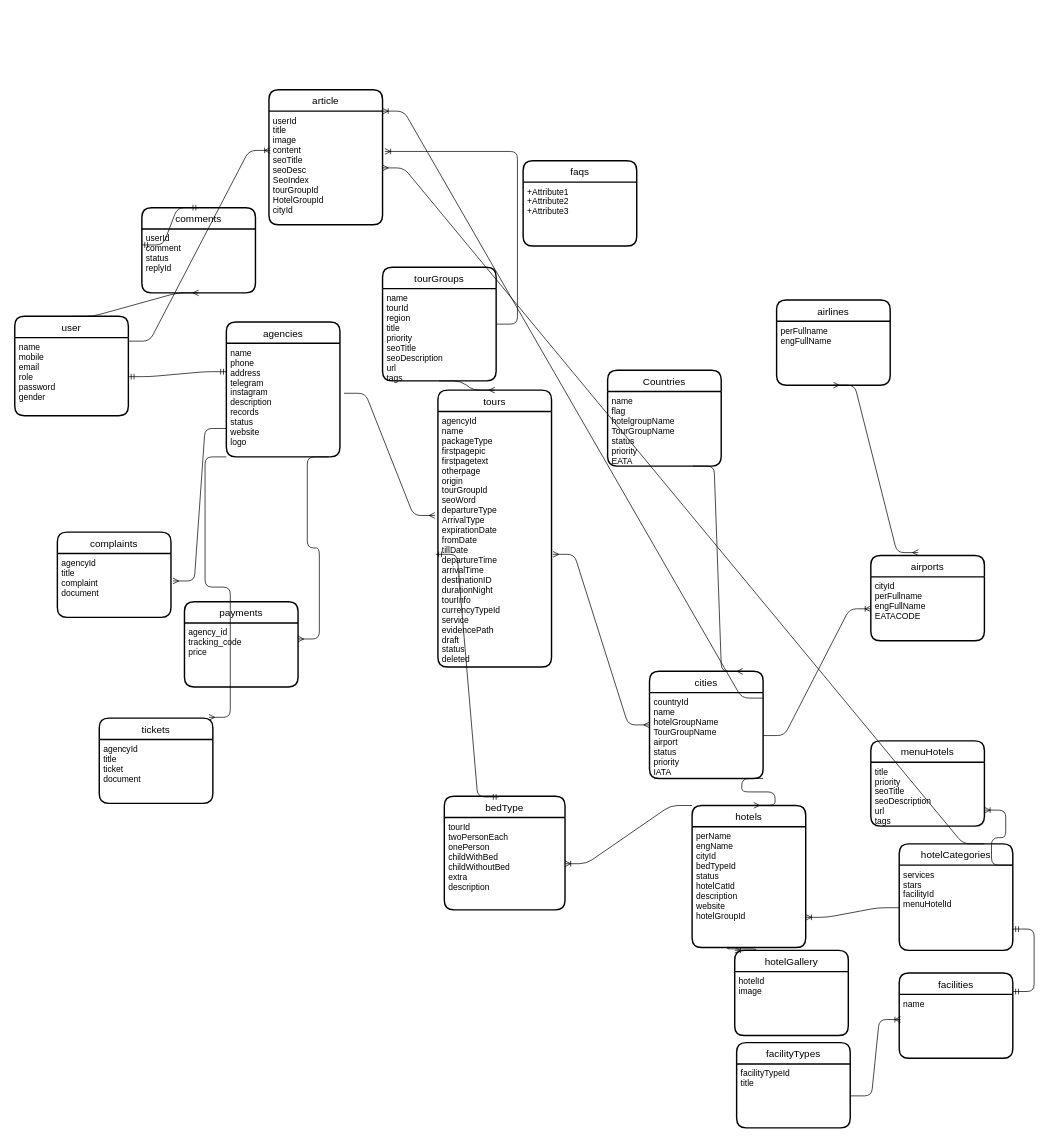
Before: Untitled Diagram.drawio in hamedhsm73/gitProject, a draw.io diagram. Source tidied: cells renumbered, new cells numbered last; positions are measured from the earlier drawing's top-left corner, leaving out a move shared by most shapes. Both pictures are drawn from the tidied source at 71%, with x=0, y=0 at pixel (14, 89).
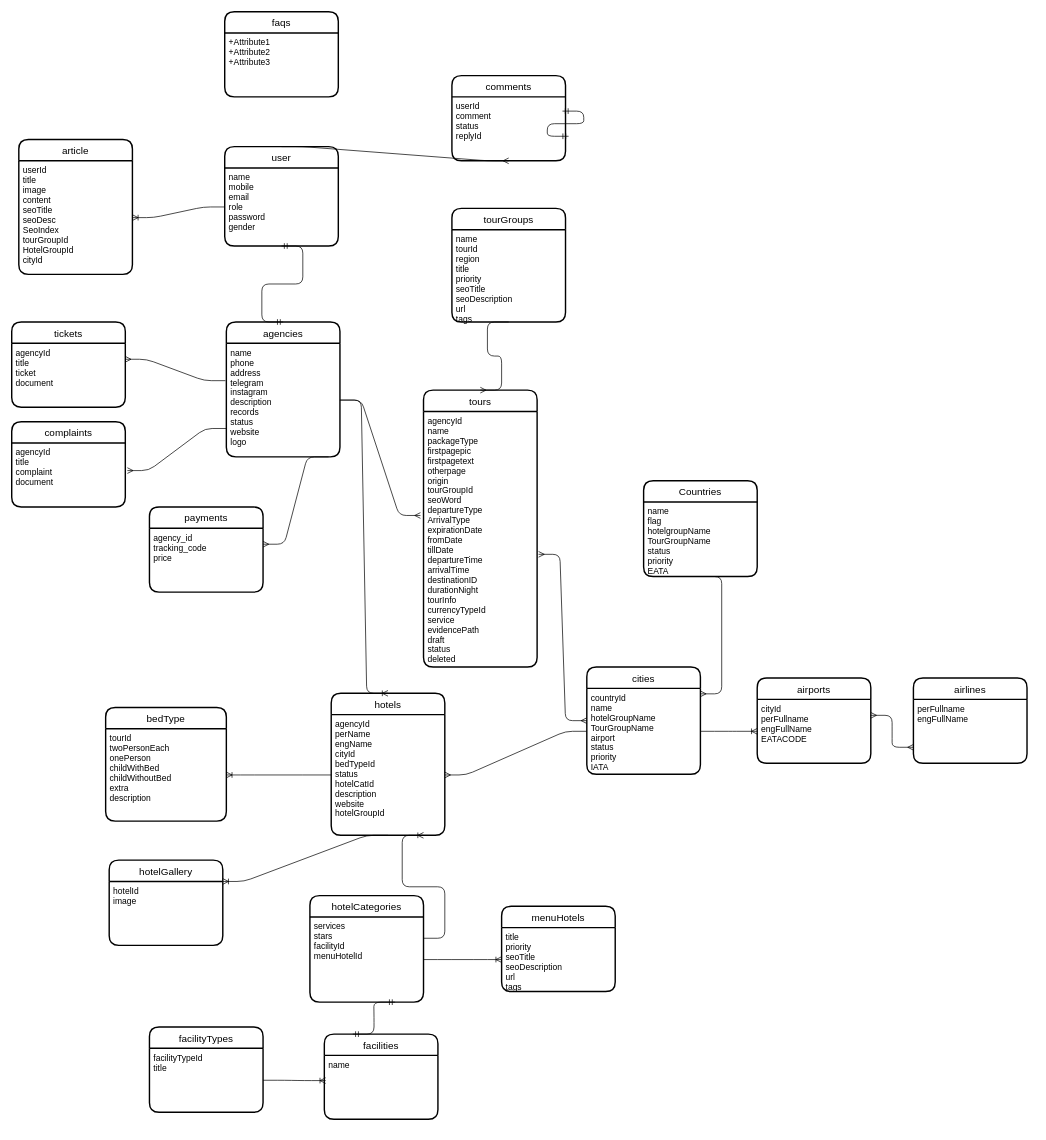
The same diagram, later.

Unchanged cells that the change refers to:
```xml
<mxCell id="3" value="name&#10;mobile&#10;email&#10;role&#10;password&#10;gender&#10;" style="align=left;strokeColor=none;fillColor=none;spacingLeft=4;fontSize=12;verticalAlign=top;" parent="2" vertex="1">
  <mxGeometry y="30" width="160" height="110" as="geometry" />
</mxCell>
<mxCell id="7" value="agencyId&#10;title&#10;ticket&#10;document" style="align=left;strokeColor=none;fillColor=none;spacingLeft=4;fontSize=12;verticalAlign=top;" parent="6" vertex="1">
  <mxGeometry y="30" width="160" height="90" as="geometry" />
</mxCell>
<mxCell id="8" value="agencies" style="swimlane;horizontal=1;startSize=30;rounded=1;fontSize=14;fontStyle=0;strokeWidth=2;shadow=0;dashed=0;align=center;" parent="1" vertex="1">
  <mxGeometry x="298.3" y="327" width="160" height="190" as="geometry" />
</mxCell>
<mxCell id="9" value="name&#10;phone&#10;address&#10;telegram&#10;instagram&#10;description&#10;records&#10;status&#10;website&#10;logo" style="align=left;strokeColor=none;fillColor=none;spacingLeft=4;fontSize=12;verticalAlign=top;" parent="8" vertex="1">
  <mxGeometry y="30" width="160" height="160" as="geometry" />
</mxCell>
<mxCell id="15" value="agencyId&#10;name&#10;packageType&#10;firstpagepic&#10;firstpagetext&#10;otherpage&#10;origin&#10;tourGroupId&#10;seoWord&#10;departureType&#10;ArrivalType&#10;expirationDate&#10;fromDate&#10;tillDate&#10;departureTime&#10;arrivalTime&#10;destinationID&#10;durationNight&#10;tourInfo&#10;currencyTypeId&#10;service&#10;evidencePath&#10;draft&#10;status&#10;deleted&#10;" style="align=left;strokeColor=none;fillColor=none;spacingLeft=4;fontSize=12;verticalAlign=top;" parent="14" vertex="1">
  <mxGeometry y="30" width="160" height="360" as="geometry" />
</mxCell>
<mxCell id="17" value="name&#10;flag&#10;hotelgroupName&#10;TourGroupName&#10;status&#10;priority&#10;EATA" style="align=left;strokeColor=none;fillColor=none;spacingLeft=4;fontSize=12;verticalAlign=top;" parent="16" vertex="1">
  <mxGeometry y="30" width="160" height="105" as="geometry" />
</mxCell>
<mxCell id="19" value="countryId&#10;name&#10;hotelGroupName&#10;TourGroupName&#10;airport&#10;status&#10;priority&#10;IATA" style="align=left;strokeColor=none;fillColor=none;spacingLeft=4;fontSize=12;verticalAlign=top;" parent="18" vertex="1">
  <mxGeometry y="30" width="160" height="121" as="geometry" />
</mxCell>
<mxCell id="26" value="tourId&#10;twoPersonEach&#10;onePerson&#10;childWithBed&#10;childWithoutBed&#10;extra&#10;description&#10;" style="align=left;strokeColor=none;fillColor=none;spacingLeft=4;fontSize=12;verticalAlign=top;" parent="25" vertex="1">
  <mxGeometry y="30" width="170" height="130" as="geometry" />
</mxCell>
<mxCell id="34" value="services&#10;stars&#10;facilityId&#10;menuHotelId" style="align=left;strokeColor=none;fillColor=none;spacingLeft=4;fontSize=12;verticalAlign=top;" parent="33" vertex="1">
  <mxGeometry y="30" width="160" height="120" as="geometry" />
</mxCell>
<mxCell id="39" value="perFullname&#10;engFullName&#10;" style="align=left;strokeColor=none;fillColor=none;spacingLeft=4;fontSize=12;verticalAlign=top;" parent="38" vertex="1">
  <mxGeometry y="30" width="160" height="90" as="geometry" />
</mxCell>
<mxCell id="41" value="cityId&#10;perFullname&#10;engFullName&#10;EATACODE" style="align=left;strokeColor=none;fillColor=none;spacingLeft=4;fontSize=12;verticalAlign=top;" parent="40" vertex="1">
  <mxGeometry y="30" width="160" height="90" as="geometry" />
</mxCell>
<mxCell id="50" value="userId&#10;comment&#10;status&#10;replyId&#10;" style="align=left;strokeColor=none;fillColor=none;spacingLeft=4;fontSize=12;verticalAlign=top;" parent="48" vertex="1">
  <mxGeometry y="30" width="160" height="90" as="geometry" />
</mxCell>
<mxCell id="54" value="userId&#10;title&#10;image&#10;content&#10;seoTitle&#10;seoDesc&#10;SeoIndex&#10;tourGroupId&#10;HotelGroupId&#10;cityId" style="align=left;strokeColor=none;fillColor=none;spacingLeft=4;fontSize=12;verticalAlign=top;" parent="53" vertex="1">
  <mxGeometry y="30" width="160" height="160" as="geometry" />
</mxCell>
<mxCell id="57" value="hotelId&#10;image" style="align=left;strokeColor=none;fillColor=none;spacingLeft=4;fontSize=12;verticalAlign=top;" parent="56" vertex="1">
  <mxGeometry y="30" width="160" height="90" as="geometry" />
</mxCell>
<mxCell id="60" value="title&#10;priority&#10;seoTitle&#10;seoDescription&#10;url&#10;tags&#10;" style="align=left;strokeColor=none;fillColor=none;spacingLeft=4;fontSize=12;verticalAlign=top;" parent="59" vertex="1">
  <mxGeometry y="30" width="160" height="90" as="geometry" />
</mxCell>
```

Diff of the diagram source:
```diff
@@
     <mxCell id="2" value="user" style="swimlane;horizontal=1;startSize=30;rounded=1;fontSize=14;fontStyle=0;strokeWidth=2;shadow=0;dashed=0;align=center;" parent="1" vertex="1">
-      <mxGeometry x="0.3" y="319" width="160" height="140" as="geometry" />
+      <mxGeometry x="296" y="80" width="160" height="140" as="geometry" />
     </mxCell>
@@
     <mxCell id="4" value="complaints" style="swimlane;horizontal=1;startSize=30;rounded=1;fontSize=14;fontStyle=0;strokeWidth=2;shadow=0;dashed=0;align=center;" parent="1" vertex="1">
-      <mxGeometry x="60.3" y="623" width="160" height="120" as="geometry" />
+      <mxGeometry x="-4" y="467.5" width="160" height="120" as="geometry" />
     </mxCell>
@@
     <mxCell id="6" value="tickets" style="swimlane;horizontal=1;startSize=30;rounded=1;fontSize=14;fontStyle=0;strokeWidth=2;shadow=0;dashed=0;align=center;" parent="1" vertex="1">
-      <mxGeometry x="119.3" y="885" width="160" height="120" as="geometry" />
+      <mxGeometry x="-4" y="327" width="160" height="120" as="geometry" />
     </mxCell>
@@
     <mxCell id="10" value="payments" style="swimlane;horizontal=1;startSize=30;rounded=1;fontSize=14;fontStyle=0;strokeWidth=2;shadow=0;dashed=0;align=center;" parent="1" vertex="1">
-      <mxGeometry x="239.3" y="721" width="160" height="120" as="geometry" />
+      <mxGeometry x="190" y="587.5" width="160" height="120" as="geometry" />
     </mxCell>
@@
-    <mxCell id="13" style="edgeStyle=entityRelationEdgeStyle;fontSize=12;html=1;endArrow=ERmany;exitX=0;exitY=1;exitDx=0;exitDy=0;entryX=0.966;entryY=-0.01;entryDx=0;entryDy=0;entryPerimeter=0;" parent="1" edge="1" source="9" target="6">
+    <mxCell id="13" style="edgeStyle=entityRelationEdgeStyle;fontSize=12;html=1;endArrow=ERmany;exitX=-0.008;exitY=0.329;exitDx=0;exitDy=0;entryX=1;entryY=0.25;entryDx=0;entryDy=0;exitPerimeter=0;" parent="1" edge="1" source="9" target="7">
       <mxGeometry relative="1" as="geometry" />
     </mxCell>
     <mxCell id="14" value="tours" style="swimlane;horizontal=1;startSize=30;rounded=1;fontSize=14;fontStyle=0;strokeWidth=2;shadow=0;dashed=0;align=center;" parent="1" vertex="1">
-      <mxGeometry x="596.3" y="423" width="160" height="390" as="geometry" />
+      <mxGeometry x="576" y="423" width="160" height="390" as="geometry" />
     </mxCell>
@@
     <mxCell id="16" value="Countries" style="swimlane;horizontal=1;startSize=30;rounded=1;fontSize=14;fontStyle=0;strokeWidth=2;shadow=0;dashed=0;align=center;" parent="1" vertex="1">
-      <mxGeometry x="835.3" y="395" width="160" height="135" as="geometry" />
+      <mxGeometry x="886" y="550.5" width="160" height="135" as="geometry" />
     </mxCell>
@@
     <mxCell id="18" value="cities" style="swimlane;horizontal=1;startSize=30;rounded=1;fontSize=14;fontStyle=0;strokeWidth=2;shadow=0;dashed=0;align=center;" parent="1" vertex="1">
-      <mxGeometry x="894.3" y="819" width="160" height="151" as="geometry" />
+      <mxGeometry x="806" y="813" width="160" height="151" as="geometry" />
     </mxCell>
@@
-    <mxCell id="20" style="edgeStyle=entityRelationEdgeStyle;fontSize=12;html=1;endArrow=ERmany;exitX=0.75;exitY=1;exitDx=0;exitDy=0;entryX=0.821;entryY=0.001;entryDx=0;entryDy=0;entryPerimeter=0;" parent="1" edge="1" source="17" target="18">
+    <mxCell id="20" style="edgeStyle=entityRelationEdgeStyle;fontSize=12;html=1;endArrow=ERmany;exitX=0.5;exitY=1;exitDx=0;exitDy=0;entryX=1;entryY=0.25;entryDx=0;entryDy=0;" parent="1" edge="1" source="17" target="18">
       <mxGeometry relative="1" as="geometry" />
     </mxCell>
-    <mxCell id="21" style="edgeStyle=entityRelationEdgeStyle;fontSize=12;html=1;endArrow=ERmany;exitX=1.036;exitY=0.44;exitDx=0;exitDy=0;exitPerimeter=0;entryX=-0.027;entryY=0.407;entryDx=0;entryDy=0;entryPerimeter=0;" parent="1" edge="1" source="9" target="15">
+    <mxCell id="21" style="edgeStyle=entityRelationEdgeStyle;fontSize=12;html=1;endArrow=ERmany;entryX=-0.027;entryY=0.407;entryDx=0;entryDy=0;entryPerimeter=0;" parent="1" edge="1" source="9" target="15">
       <mxGeometry relative="1" as="geometry" />
     </mxCell>
     <mxCell id="22" value="tourGroups" style="swimlane;horizontal=1;startSize=30;rounded=1;fontSize=14;fontStyle=0;strokeWidth=2;shadow=0;dashed=0;align=center;" parent="1" vertex="1">
-      <mxGeometry x="518.3" y="250" width="160" height="160" as="geometry" />
+      <mxGeometry x="616" y="167" width="160" height="160" as="geometry" />
     </mxCell>
@@
     <mxCell id="25" value="bedType" style="swimlane;horizontal=1;startSize=30;rounded=1;fontSize=14;fontStyle=0;strokeWidth=2;shadow=0;dashed=0;align=center;" parent="1" vertex="1">
-      <mxGeometry x="605.3" y="995" width="170" height="160" as="geometry" />
+      <mxGeometry x="128.3" y="870" width="170" height="160" as="geometry" />
     </mxCell>
@@
-    <mxCell id="27" style="edgeStyle=entityRelationEdgeStyle;fontSize=12;html=1;endArrow=ERmandOne;startArrow=ERmandOne;exitX=0.453;exitY=0.006;exitDx=0;exitDy=0;exitPerimeter=0;entryX=-0.019;entryY=0.559;entryDx=0;entryDy=0;entryPerimeter=0;" parent="1" edge="1" source="25" target="15">
-      <mxGeometry relative="1" as="geometry" />
-    </mxCell>
@@
     <mxCell id="29" value="hotels" style="swimlane;horizontal=1;startSize=30;rounded=1;fontSize=14;fontStyle=0;strokeWidth=2;shadow=0;dashed=0;align=center;" parent="1" vertex="1">
-      <mxGeometry x="954.3" y="1008" width="160" height="200" as="geometry" />
+      <mxGeometry x="446" y="850" width="160" height="200" as="geometry" />
     </mxCell>
-    <mxCell id="30" value="perName&#10;engName&#10;cityId&#10;bedTypeId&#10;status&#10;hotelCatId&#10;description&#10;website&#10;hotelGroupId" style="align=left;strokeColor=none;fillColor=none;spacingLeft=4;fontSize=12;verticalAlign=top;" parent="29" vertex="1">
+    <mxCell id="30" value="agencyId&#10;perName&#10;engName&#10;cityId&#10;bedTypeId&#10;status&#10;hotelCatId&#10;description&#10;website&#10;hotelGroupId" style="align=left;strokeColor=none;fillColor=none;spacingLeft=4;fontSize=12;verticalAlign=top;" parent="29" vertex="1">
       <mxGeometry y="30" width="160" height="170" as="geometry" />
     </mxCell>
-    <mxCell id="31" style="edgeStyle=entityRelationEdgeStyle;fontSize=12;html=1;endArrow=ERmany;entryX=0.543;entryY=-0.001;entryDx=0;entryDy=0;entryPerimeter=0;exitX=1;exitY=1;exitDx=0;exitDy=0;" parent="1" edge="1" source="19" target="29">
+    <mxCell id="31" style="edgeStyle=entityRelationEdgeStyle;fontSize=12;html=1;endArrow=ERmany;" parent="1" edge="1" source="19" target="30">
       <mxGeometry relative="1" as="geometry" />
     </mxCell>
-    <mxCell id="32" style="edgeStyle=entityRelationEdgeStyle;fontSize=12;html=1;endArrow=ERoneToMany;entryX=1;entryY=0.5;entryDx=0;entryDy=0;exitX=0;exitY=0;exitDx=0;exitDy=0;" parent="1" edge="1" source="29" target="26">
+    <mxCell id="32" style="edgeStyle=entityRelationEdgeStyle;fontSize=12;html=1;endArrow=ERoneToMany;entryX=1;entryY=0.5;entryDx=0;entryDy=0;" parent="1" edge="1" source="30" target="26">
       <mxGeometry relative="1" as="geometry" />
     </mxCell>
     <mxCell id="33" value="hotelCategories" style="swimlane;horizontal=1;startSize=30;rounded=1;fontSize=14;fontStyle=0;strokeWidth=2;shadow=0;dashed=0;align=center;" parent="1" vertex="1">
-      <mxGeometry x="1246" y="1062" width="160" height="150" as="geometry" />
+      <mxGeometry x="416" y="1135" width="160" height="150" as="geometry" />
     </mxCell>
@@
-    <mxCell id="35" style="edgeStyle=entityRelationEdgeStyle;fontSize=12;html=1;endArrow=ERoneToMany;entryX=1;entryY=0.75;entryDx=0;entryDy=0;exitX=0;exitY=0.5;exitDx=0;exitDy=0;" parent="1" edge="1" source="34" target="30">
-      <mxGeometry relative="1" as="geometry" />
+    <mxCell id="35" style="edgeStyle=entityRelationEdgeStyle;fontSize=12;html=1;endArrow=ERoneToMany;exitX=1;exitY=0.25;exitDx=0;exitDy=0;" parent="1" edge="1" source="34">
+      <mxGeometry relative="1" as="geometry">
+        <mxPoint x="576" y="1050" as="targetPoint" />
+      </mxGeometry>
     </mxCell>
     <mxCell id="36" value="faqs" style="swimlane;horizontal=1;startSize=30;rounded=1;fontSize=14;fontStyle=0;strokeWidth=2;shadow=0;dashed=0;align=center;" parent="1" vertex="1">
-      <mxGeometry x="716.3" y="100" width="160" height="120" as="geometry" />
+      <mxGeometry x="296" y="-110" width="160" height="120" as="geometry" />
     </mxCell>
@@
     <mxCell id="38" value="airlines" style="swimlane;horizontal=1;startSize=30;rounded=1;fontSize=14;fontStyle=0;strokeWidth=2;shadow=0;dashed=0;align=center;" parent="1" vertex="1">
-      <mxGeometry x="1073.3" y="296" width="160" height="120" as="geometry" />
+      <mxGeometry x="1266" y="828.5" width="160" height="120" as="geometry" />
     </mxCell>
@@
     <mxCell id="40" value="airports" style="swimlane;horizontal=1;startSize=30;rounded=1;fontSize=14;fontStyle=0;strokeWidth=2;shadow=0;dashed=0;align=center;" parent="1" vertex="1">
-      <mxGeometry x="1206" y="656" width="160" height="120" as="geometry" />
+      <mxGeometry x="1046" y="828.5" width="160" height="120" as="geometry" />
     </mxCell>
@@
-    <mxCell id="43" style="edgeStyle=entityRelationEdgeStyle;fontSize=12;html=1;endArrow=ERmany;startArrow=ERmany;entryX=0.5;entryY=1;entryDx=0;entryDy=0;exitX=0.418;exitY=-0.035;exitDx=0;exitDy=0;exitPerimeter=0;" parent="1" edge="1" source="40" target="39">
+    <mxCell id="43" style="edgeStyle=entityRelationEdgeStyle;fontSize=12;html=1;endArrow=ERmany;startArrow=ERmany;entryX=0;entryY=0.75;entryDx=0;entryDy=0;exitX=1;exitY=0.25;exitDx=0;exitDy=0;" parent="1" edge="1" source="41" target="39">
       <mxGeometry relative="1" as="geometry" />
     </mxCell>
     <mxCell id="44" value="facilityTypes" style="swimlane;horizontal=1;startSize=30;rounded=1;fontSize=14;fontStyle=0;strokeWidth=2;shadow=0;dashed=0;align=center;" parent="1" vertex="1">
-      <mxGeometry x="1017" y="1342" width="160" height="120" as="geometry" />
+      <mxGeometry x="190" y="1320" width="160" height="120" as="geometry" />
     </mxCell>
@@
     <mxCell id="46" value="facilities" style="swimlane;horizontal=1;startSize=30;rounded=1;fontSize=14;fontStyle=0;strokeWidth=2;shadow=0;dashed=0;align=center;" parent="1" vertex="1">
-      <mxGeometry x="1246" y="1244" width="160" height="120" as="geometry" />
+      <mxGeometry x="436.3" y="1330" width="160" height="120" as="geometry" />
     </mxCell>
@@
     <mxCell id="48" value="comments" style="swimlane;horizontal=1;startSize=30;rounded=1;fontSize=14;fontStyle=0;strokeWidth=2;shadow=0;dashed=0;align=center;" parent="1" vertex="1">
-      <mxGeometry x="179.3" y="166" width="160" height="120" as="geometry" />
+      <mxGeometry x="616" y="-20" width="160" height="120" as="geometry" />
     </mxCell>
-    <mxCell id="49" style="edgeStyle=entityRelationEdgeStyle;fontSize=12;html=1;endArrow=ERmandOne;startArrow=ERmandOne;exitX=0;exitY=0.25;exitDx=0;exitDy=0;entryX=0.5;entryY=0;entryDx=0;entryDy=0;" parent="48" edge="1" source="50" target="48">
-      <mxGeometry relative="1" as="geometry" />
+    <mxCell id="49" style="edgeStyle=entityRelationEdgeStyle;fontSize=12;html=1;endArrow=ERmandOne;startArrow=ERmandOne;entryX=1.027;entryY=0.616;entryDx=0;entryDy=0;entryPerimeter=0;" parent="48" edge="1" target="50">
+      <mxGeometry relative="1" as="geometry">
+        <mxPoint x="155.7" y="50" as="sourcePoint" />
+      </mxGeometry>
     </mxCell>
@@
     <mxCell id="53" value="article" style="swimlane;horizontal=1;startSize=30;rounded=1;fontSize=14;fontStyle=0;strokeWidth=2;shadow=0;dashed=0;align=center;" parent="1" vertex="1">
-      <mxGeometry x="358.3" width="160" height="190" as="geometry" />
+      <mxGeometry x="6" y="70" width="160" height="190" as="geometry" />
     </mxCell>
@@
     <mxCell id="56" value="hotelGallery" style="swimlane;horizontal=1;startSize=30;rounded=1;fontSize=14;fontStyle=0;strokeWidth=2;shadow=0;dashed=0;align=center;" parent="1" vertex="1">
-      <mxGeometry x="1014.3" y="1212" width="160" height="120" as="geometry" />
+      <mxGeometry x="133.3" y="1085" width="160" height="120" as="geometry" />
     </mxCell>
@@
-    <mxCell id="58" style="edgeStyle=entityRelationEdgeStyle;fontSize=12;html=1;endArrow=ERoneToMany;exitX=0.5;exitY=1;exitDx=0;exitDy=0;entryX=0;entryY=0;entryDx=0;entryDy=0;" parent="1" edge="1" source="30" target="56">
+    <mxCell id="58" style="edgeStyle=entityRelationEdgeStyle;fontSize=12;html=1;endArrow=ERoneToMany;exitX=0.5;exitY=1;exitDx=0;exitDy=0;entryX=1;entryY=0;entryDx=0;entryDy=0;" parent="1" edge="1" source="30" target="57">
       <mxGeometry relative="1" as="geometry" />
     </mxCell>
     <mxCell id="59" value="menuHotels" style="swimlane;horizontal=1;startSize=30;rounded=1;fontSize=14;fontStyle=0;strokeWidth=2;shadow=0;dashed=0;align=center;" parent="1" vertex="1">
-      <mxGeometry x="1206" y="917" width="160" height="120" as="geometry" />
+      <mxGeometry x="686" y="1150" width="160" height="120" as="geometry" />
     </mxCell>
@@
-    <mxCell id="61" style="edgeStyle=entityRelationEdgeStyle;fontSize=12;html=1;endArrow=ERoneToMany;entryX=1.021;entryY=0.355;entryDx=0;entryDy=0;entryPerimeter=0;" parent="1" edge="1" source="22" target="54">
-      <mxGeometry relative="1" as="geometry" />
-    </mxCell>
-    <mxCell id="62" style="edgeStyle=entityRelationEdgeStyle;fontSize=12;html=1;endArrow=ERoneToMany;entryX=1;entryY=0;entryDx=0;entryDy=0;exitX=1;exitY=0.25;exitDx=0;exitDy=0;" parent="1" edge="1" source="18" target="54">
-      <mxGeometry relative="1" as="geometry" />
-    </mxCell>
-    <mxCell id="63" style="edgeStyle=entityRelationEdgeStyle;fontSize=12;html=1;endArrow=ERoneToMany;exitX=1;exitY=0.25;exitDx=0;exitDy=0;entryX=0.012;entryY=0.346;entryDx=0;entryDy=0;entryPerimeter=0;" parent="1" edge="1" source="2" target="54">
+    <mxCell id="63" style="edgeStyle=entityRelationEdgeStyle;fontSize=12;html=1;endArrow=ERoneToMany;entryX=1;entryY=0.5;entryDx=0;entryDy=0;" parent="1" edge="1" source="3" target="54">
       <mxGeometry relative="1" as="geometry" />
     </mxCell>
-    <mxCell id="64" style="edgeStyle=entityRelationEdgeStyle;fontSize=12;html=1;endArrow=ERmandOne;startArrow=ERmandOne;entryX=1;entryY=0.75;entryDx=0;entryDy=0;" parent="1" edge="1" target="34">
-      <mxGeometry relative="1" as="geometry">
-        <mxPoint x="1406" y="1270" as="sourcePoint" />
-      </mxGeometry>
+    <mxCell id="64" style="edgeStyle=entityRelationEdgeStyle;fontSize=12;html=1;endArrow=ERmandOne;startArrow=ERmandOne;entryX=0.75;entryY=1;entryDx=0;entryDy=0;exitX=0.25;exitY=0;exitDx=0;exitDy=0;" parent="1" edge="1" source="46" target="34">
+      <mxGeometry relative="1" as="geometry" />
     </mxCell>
-    <mxCell id="65" style="edgeStyle=entityRelationEdgeStyle;fontSize=12;html=1;endArrow=ERoneToMany;entryX=1;entryY=0.75;entryDx=0;entryDy=0;exitX=1;exitY=0;exitDx=0;exitDy=0;" parent="1" edge="1" source="34" target="60">
+    <mxCell id="65" style="edgeStyle=entityRelationEdgeStyle;fontSize=12;html=1;endArrow=ERoneToMany;entryX=0;entryY=0.5;entryDx=0;entryDy=0;" parent="1" edge="1" source="34" target="60">
       <mxGeometry relative="1" as="geometry" />
     </mxCell>
-    <mxCell id="66" style="edgeStyle=entityRelationEdgeStyle;fontSize=12;html=1;endArrow=ERmany;exitX=0.75;exitY=0;exitDx=0;exitDy=0;entryX=1;entryY=0.5;entryDx=0;entryDy=0;" parent="1" edge="1" source="33" target="54">
-      <mxGeometry relative="1" as="geometry" />
-    </mxCell>
-    <mxCell id="67" style="edgeStyle=entityRelationEdgeStyle;fontSize=12;html=1;endArrow=ERmandOne;startArrow=ERmandOne;entryX=0;entryY=0.25;entryDx=0;entryDy=0;exitX=1;exitY=0.5;exitDx=0;exitDy=0;" parent="1" edge="1" source="3" target="9">
+    <mxCell id="67" style="edgeStyle=entityRelationEdgeStyle;fontSize=12;html=1;endArrow=ERmandOne;startArrow=ERmandOne;entryX=0.5;entryY=0;entryDx=0;entryDy=0;exitX=0.5;exitY=1;exitDx=0;exitDy=0;" parent="1" edge="1" source="3" target="8">
       <mxGeometry relative="1" as="geometry" />
     </mxCell>
+    <mxCell id="68" style="edgeStyle=entityRelationEdgeStyle;fontSize=12;html=1;endArrow=ERoneToMany;entryX=0.5;entryY=0;entryDx=0;entryDy=0;" parent="1" edge="1" source="9" target="29">
+      <mxGeometry relative="1" as="geometry" />
+    </mxCell>
```
